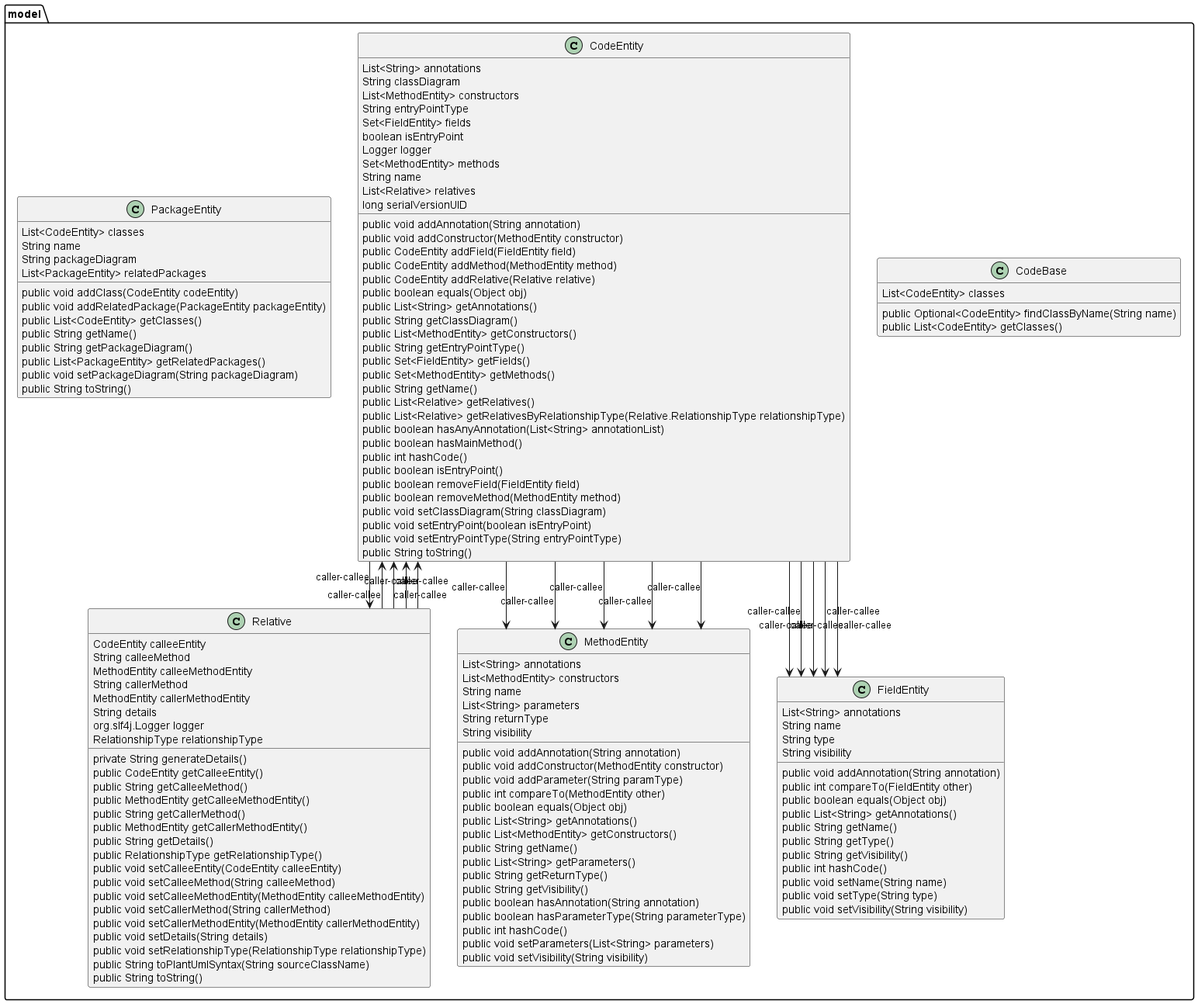
Above: umldoc/images/com_pjsoft_j2arch_core_model_package.png in jags-programming/j2arch (PlantUML), before the change.
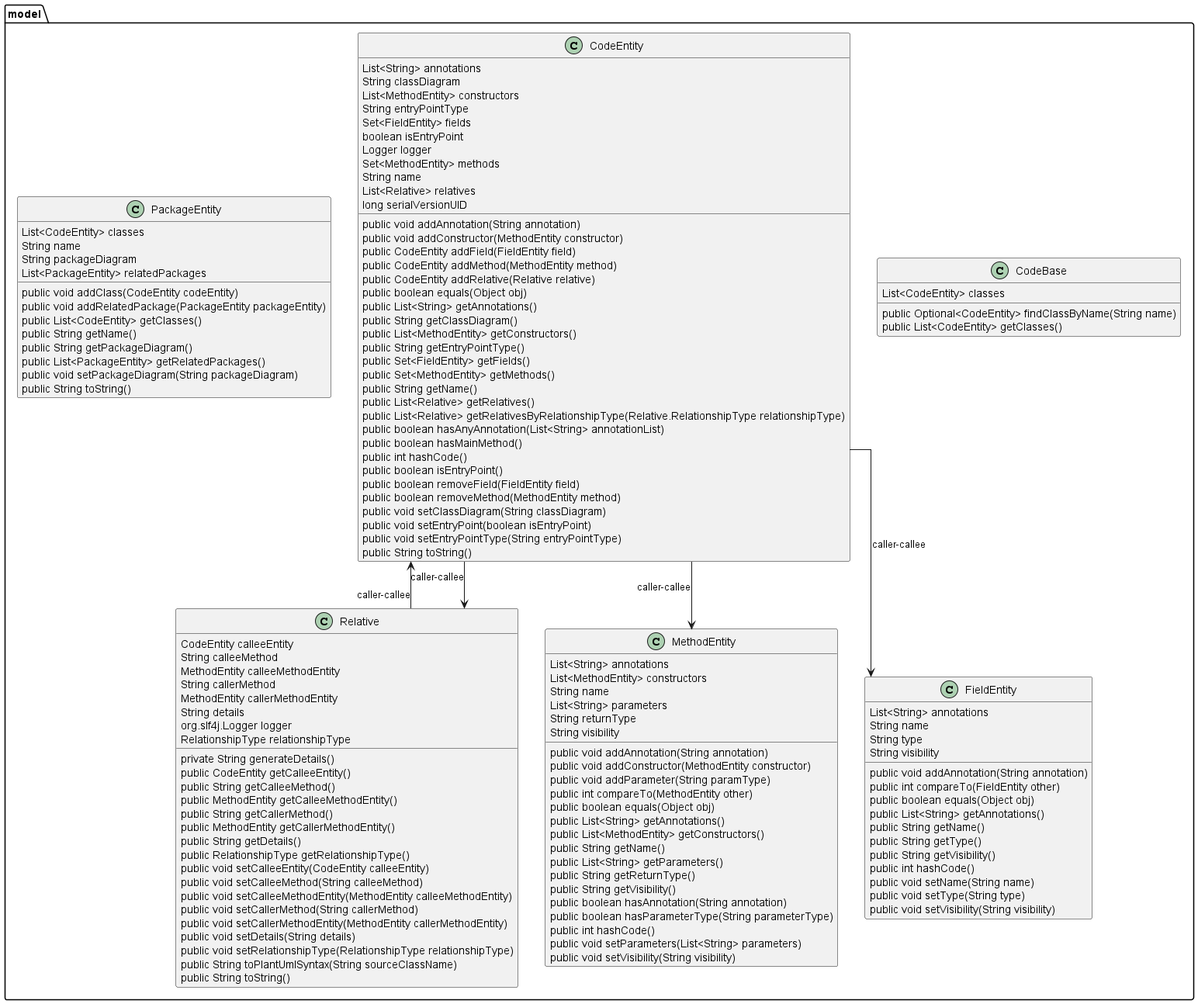
After the change.

The edit, as a diff of the source:
```diff
@@ -45,14 +45,6 @@
     public String toString()
 }
 CodeEntity --> Relative : caller-callee
-CodeEntity --> MethodEntity : caller-callee
-CodeEntity --> MethodEntity : caller-callee
-CodeEntity --> MethodEntity : caller-callee
-CodeEntity --> MethodEntity : caller-callee
-CodeEntity --> FieldEntity : caller-callee
-CodeEntity --> FieldEntity : caller-callee
-CodeEntity --> FieldEntity : caller-callee
-CodeEntity --> FieldEntity : caller-callee
 CodeEntity --> MethodEntity : caller-callee
 CodeEntity --> FieldEntity : caller-callee
 class FieldEntity {
@@ -138,8 +130,5 @@
     public String toString()
 }
 Relative --> CodeEntity : caller-callee
-Relative --> CodeEntity : caller-callee
-Relative --> CodeEntity : caller-callee
-Relative --> CodeEntity : caller-callee
 }
 @enduml
```
